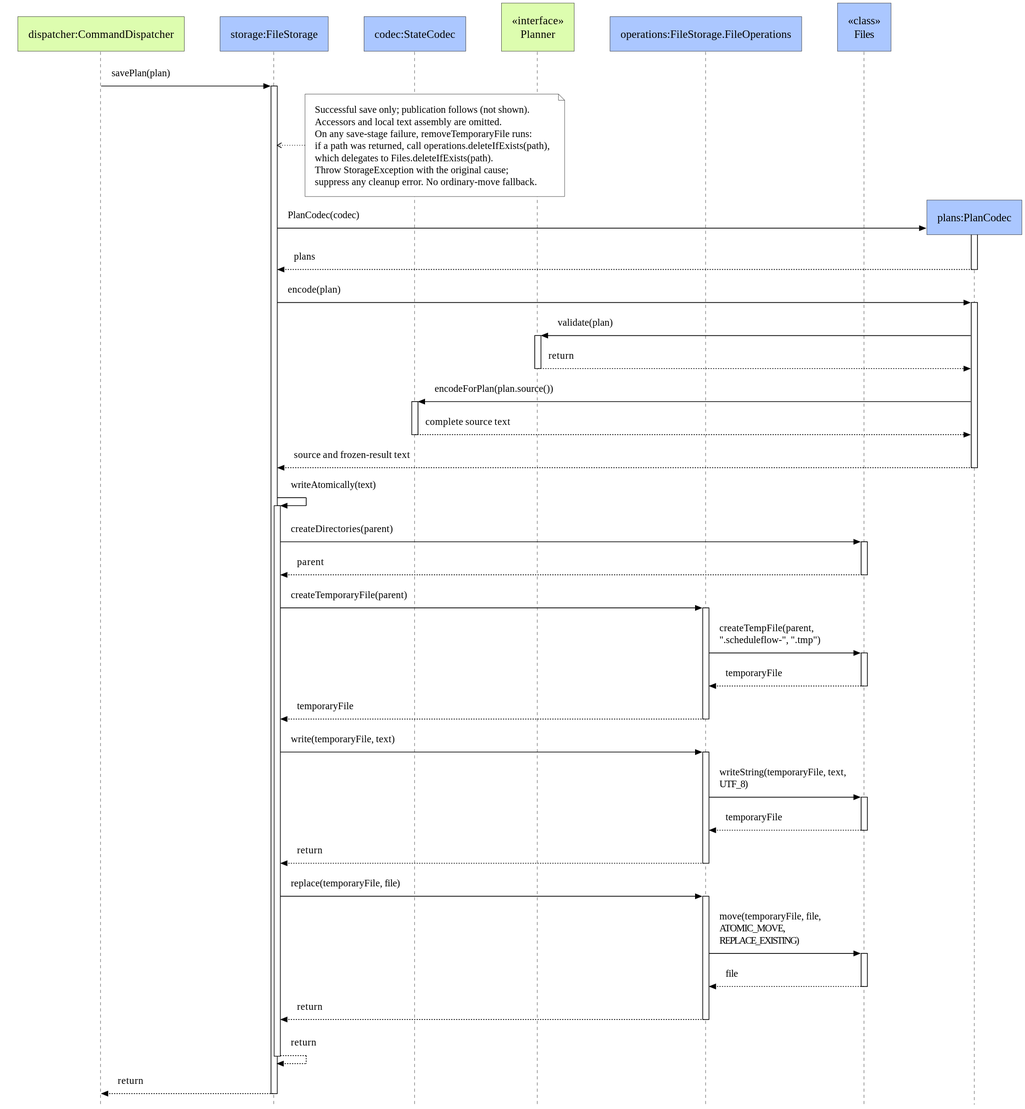
Earlier version of the PlantUML export docs/images/diagrams/ernest-atomic-plan-save.svg (Darren50/tp).
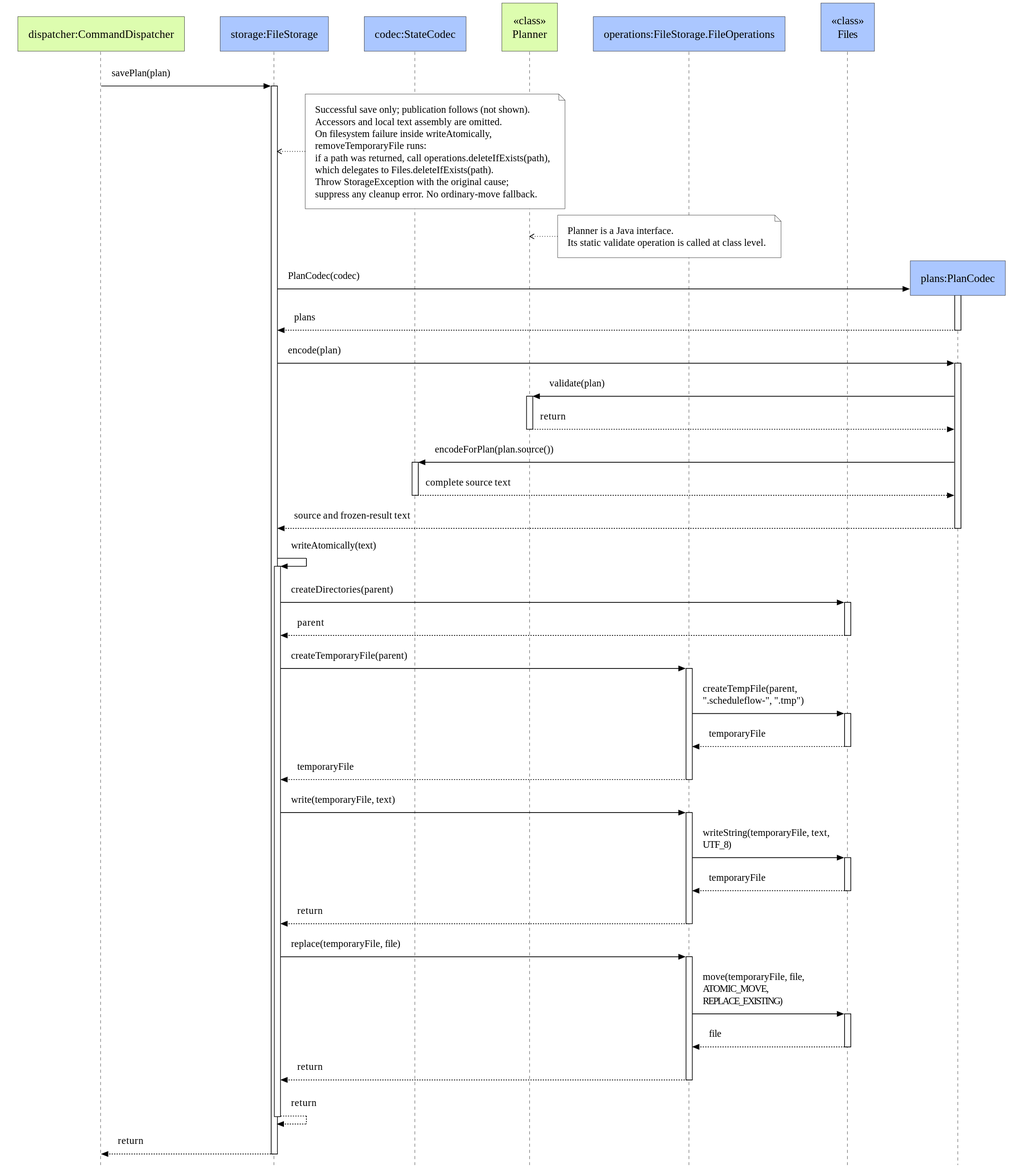
After the change.

What changed in the source:
```diff
@@ -4,7 +4,7 @@
 participant "dispatcher:CommandDispatcher" as Dispatcher DOMAIN
 participant "storage:FileStorage" as Storage PERSISTENCE
 participant "codec:StateCodec" as Snapshots PERSISTENCE
-participant "Planner" as Planner <<interface>> DOMAIN
+participant "Planner" as Planner <<class>> DOMAIN
 participant "operations:FileStorage.FileOperations" as Operations PERSISTENCE
 participant "Files" as Files <<class>> PERSISTENCE
 
@@ -12,11 +12,16 @@
 note right of Storage
   Successful save only; publication follows (not shown).
   Accessors and local text assembly are omitted.
-  On any save-stage failure, removeTemporaryFile runs:
+  On filesystem failure inside writeAtomically,
+  removeTemporaryFile runs:
   if a path was returned, call operations.deleteIfExists(path),
   which delegates to Files.deleteIfExists(path).
   Throw StorageException with the original cause;
   suppress any cleanup error. No ordinary-move fallback.
+end note
+note right of Planner
+  Planner is a Java interface.
+  Its static validate operation is called at class level.
 end note
 create participant "plans:PlanCodec" as Plans PERSISTENCE
 Storage -> Plans ++ : PlanCodec(codec)
```
